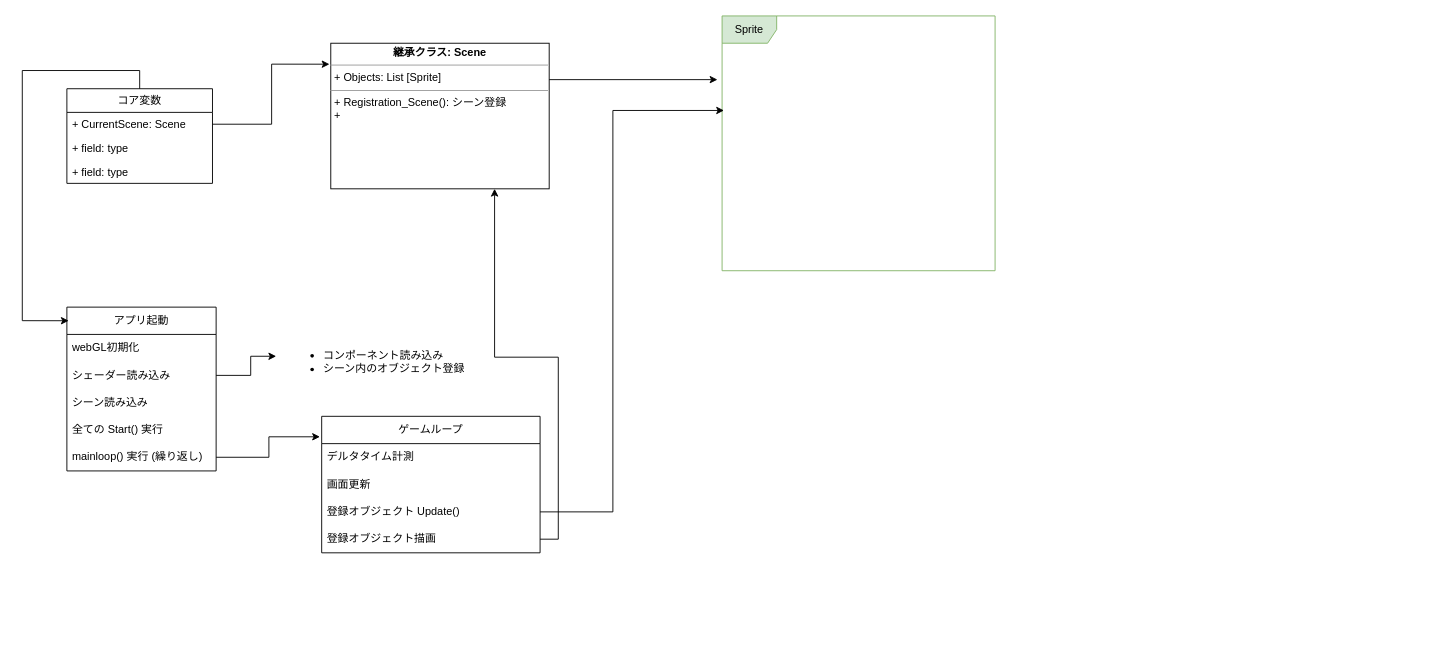
TamigaYamazaki/GameMadeFrameWorlk_js keeps this draw.io diagram as Engine/Engine_design.drawio. Above is the earlier version. Source tidied: cells renumbered, new cells numbered last; positions are measured from the earlier drawing's top-left corner, leaving out a move shared by most shapes. Both pictures are drawn from the tidied source at 91%, with x=0, y=0 at pixel (22, 15).
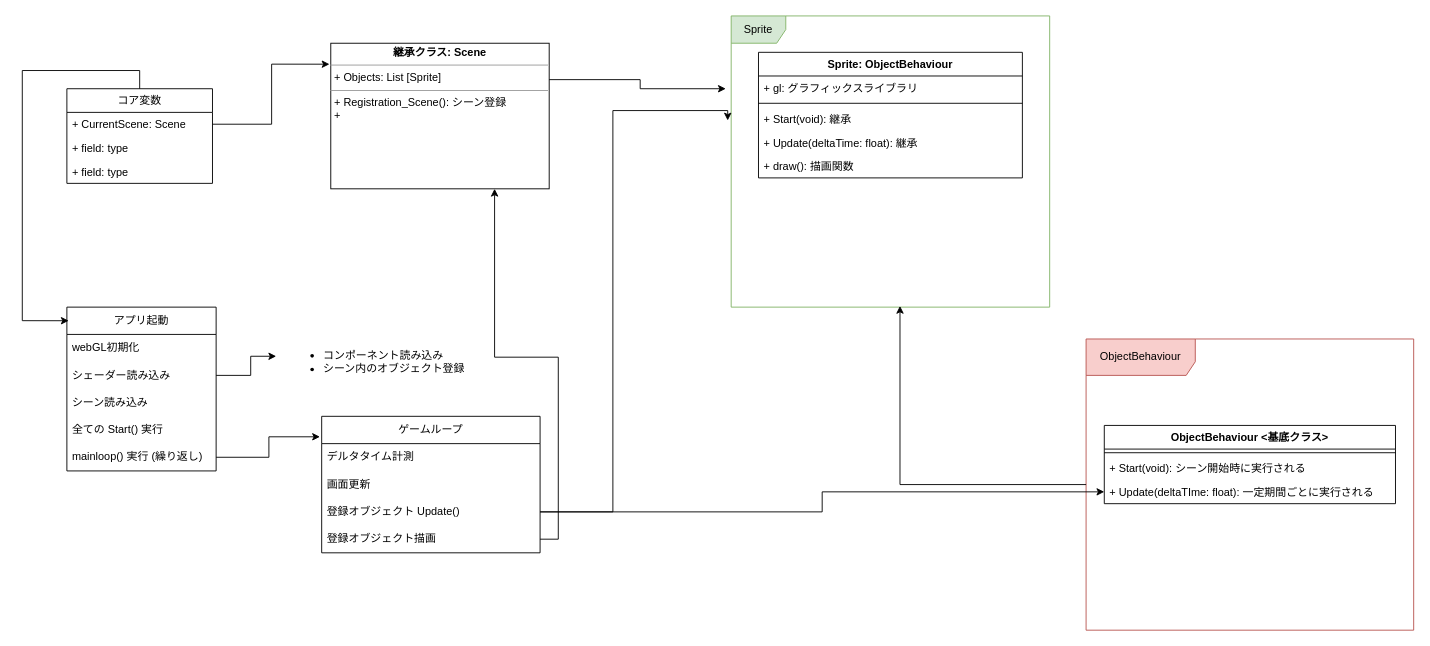
Above is the later version.

Commit message:
Engine_design.drawio を更新します

The change refers to these unchanged cells:
```xml
<mxCell id="13" value="登録オブジェクト Update()" style="text;strokeColor=none;fillColor=none;align=left;verticalAlign=middle;spacingLeft=4;spacingRight=4;overflow=hidden;points=[[0,0.5],[1,0.5]];portConstraint=eastwest;whiteSpace=wrap;html=1;" parent="10" vertex="1">
  <mxGeometry y="90" width="240" height="30" as="geometry" />
</mxCell>
```

The edit, as a diff of the source:
```diff
@@
     <mxCell id="16" value="Sprite" style="shape=umlFrame;whiteSpace=wrap;html=1;fillColor=#d5e8d4;strokeColor=#82b366;" parent="1" vertex="1">
-      <mxGeometry x="769" width="300" height="280" as="geometry" />
+      <mxGeometry x="779" width="350" height="320" as="geometry" />
     </mxCell>
@@
-    <mxCell id="25" style="edgeStyle=orthogonalEdgeStyle;rounded=0;jettySize=auto;html=1;exitX=1;exitY=0.5;exitDx=0;exitDy=0;entryX=0.007;entryY=0.371;entryDx=0;entryDy=0;entryPerimeter=0;" parent="1" edge="1" source="13" target="16">
+    <mxCell id="25" style="edgeStyle=orthogonalEdgeStyle;rounded=0;jettySize=auto;html=1;exitX=1;exitY=0.5;exitDx=0;exitDy=0;entryX=-0.011;entryY=0.359;entryDx=0;entryDy=0;entryPerimeter=0;" parent="1" edge="1" source="13" target="16">
       <mxGeometry relative="1" as="geometry">
         <Array as="points">
           <mxPoint x="649" y="545" />
           <mxPoint x="649" y="104" />
+          <mxPoint x="775" y="104" />
         </Array>
       </mxGeometry>
     </mxCell>
@@
+    <mxCell id="27" value="ObjectBehaviour" style="shape=umlFrame;whiteSpace=wrap;html=1;width=120;height=40;fillColor=#f8cecc;strokeColor=#b85450;" parent="1" vertex="1">
+      <mxGeometry x="1169" y="355" width="360" height="320" as="geometry" />
+    </mxCell>
+    <mxCell id="28" value="ObjectBehaviour &amp;lt;基底クラス&amp;gt;" style="swimlane;fontStyle=1;align=center;verticalAlign=top;horizontal=1;startSize=26;whiteSpace=wrap;html=1;" parent="1" vertex="1">
+      <mxGeometry x="1189" y="450" width="320" height="86" as="geometry" />
+    </mxCell>
+    <mxCell id="29" style="line;strokeWidth=1;fillColor=none;align=left;verticalAlign=middle;spacingTop=-1;spacingLeft=3;spacingRight=3;labelPosition=right;strokeColor=inherit;" parent="28" vertex="1">
+      <mxGeometry y="26" width="320" height="8" as="geometry" />
+    </mxCell>
+    <mxCell id="30" value="+ Start(void): シーン開始時に実行される" style="text;strokeColor=none;fillColor=none;align=left;verticalAlign=top;spacingLeft=4;spacingRight=4;overflow=hidden;whiteSpace=wrap;html=1;" parent="28" vertex="1">
+      <mxGeometry y="34" width="320" height="26" as="geometry" />
+    </mxCell>
+    <mxCell id="31" value="+ Update(deltaTIme: float): 一定期間ごとに実行される&amp;nbsp;" style="text;strokeColor=none;fillColor=none;align=left;verticalAlign=top;spacingLeft=4;spacingRight=4;overflow=hidden;points=[[0,0.5],[1,0.5]];portConstraint=eastwest;whiteSpace=wrap;html=1;" parent="28" vertex="1">
+      <mxGeometry y="60" width="320" height="26" as="geometry" />
+    </mxCell>
+    <mxCell id="32" style="edgeStyle=orthogonalEdgeStyle;rounded=0;jettySize=auto;html=1;entryX=0.53;entryY=0.996;entryDx=0;entryDy=0;entryPerimeter=0;" parent="1" edge="1" source="27" target="16">
+      <mxGeometry relative="1" as="geometry" />
+    </mxCell>
+    <mxCell id="33" style="edgeStyle=orthogonalEdgeStyle;rounded=0;jettySize=auto;html=1;exitX=1;exitY=0.5;exitDx=0;exitDy=0;entryX=0;entryY=0.5;entryDx=0;entryDy=0;" parent="1" edge="1" source="13" target="31">
+      <mxGeometry relative="1" as="geometry" />
+    </mxCell>
+    <mxCell id="34" value="Sprite: ObjectBehaviour" style="swimlane;fontStyle=1;align=center;verticalAlign=top;horizontal=1;startSize=26;whiteSpace=wrap;html=1;" parent="1" vertex="1">
+      <mxGeometry x="809" y="40" width="290" height="138" as="geometry" />
+    </mxCell>
+    <mxCell id="35" value="+ gl: グラフィックスライブラリ" style="text;strokeColor=none;fillColor=none;align=left;verticalAlign=top;spacingLeft=4;spacingRight=4;overflow=hidden;whiteSpace=wrap;html=1;" parent="34" vertex="1">
+      <mxGeometry y="26" width="290" height="26" as="geometry" />
+    </mxCell>
+    <mxCell id="36" style="line;strokeWidth=1;fillColor=none;align=left;verticalAlign=middle;spacingTop=-1;spacingLeft=3;spacingRight=3;labelPosition=right;strokeColor=inherit;" parent="34" vertex="1">
+      <mxGeometry y="52" width="290" height="8" as="geometry" />
+    </mxCell>
+    <mxCell id="37" value="+ Start(void): 継承" style="text;strokeColor=none;fillColor=none;align=left;verticalAlign=top;spacingLeft=4;spacingRight=4;overflow=hidden;whiteSpace=wrap;html=1;" parent="34" vertex="1">
+      <mxGeometry y="60" width="290" height="26" as="geometry" />
+    </mxCell>
+    <mxCell id="38" value="+ Update(deltaTime: float): 継承" style="text;strokeColor=none;fillColor=none;align=left;verticalAlign=top;spacingLeft=4;spacingRight=4;overflow=hidden;whiteSpace=wrap;html=1;" parent="34" vertex="1">
+      <mxGeometry y="86" width="290" height="26" as="geometry" />
+    </mxCell>
+    <mxCell id="39" value="+ draw(): 描画関数" style="text;strokeColor=none;fillColor=none;align=left;verticalAlign=top;spacingLeft=4;spacingRight=4;overflow=hidden;whiteSpace=wrap;html=1;" parent="34" vertex="1">
+      <mxGeometry y="112" width="290" height="26" as="geometry" />
+    </mxCell>
```
